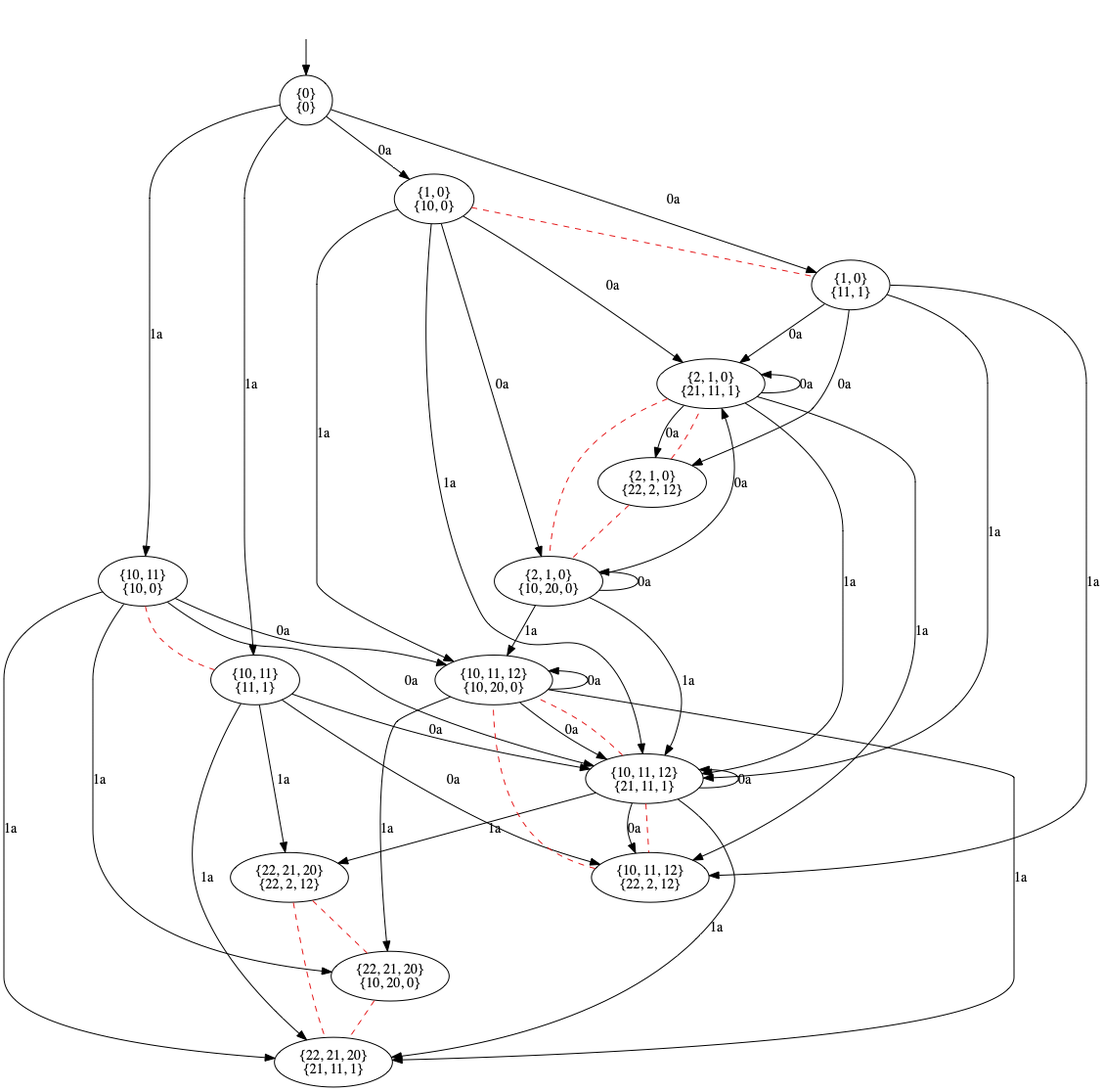
olandr/mkbsc keeps this Graphviz diagram as pictures/GK0.png. Above is the earlier version. Its source is kept beside it as pictures/GK0.dot.
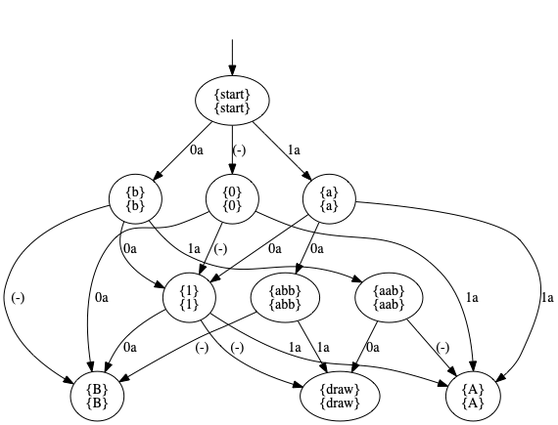
Above is the later version.

Diff of the diagram source:
```diff
@@ -3,67 +3,35 @@
 nodesep=0.5;
 ranksep=0.5;
 splines=True;
-4595096320 [label="{0}\n{0}"];
-4595096208 [label="{1, 0}\n{10, 0}"];
-4595093688 [label="{10, 11}\n{10, 0}"];
-4595097384 [label="{1, 0}\n{11, 1}"];
-4595280080 [label="{10, 11}\n{11, 1}"];
-4595278176 [label="{2, 1, 0}\n{10, 20, 0}"];
-4595278064 [label="{10, 11, 12}\n{10, 20, 0}"];
-4595281704 [label="{2, 1, 0}\n{21, 11, 1}"];
-4595280416 [label="{10, 11, 12}\n{21, 11, 1}"];
-4595237328 [label="{22, 21, 20}\n{10, 20, 0}"];
-4595237608 [label="{22, 21, 20}\n{21, 11, 1}"];
-4595238784 [label="{2, 1, 0}\n{22, 2, 12}"];
-4595238896 [label="{10, 11, 12}\n{22, 2, 12}"];
-4595239232 [label="{22, 21, 20}\n{22, 2, 12}"];
+4684286216 [label="{start}\n{start}"];
+4684285320 [label="{0}\n{0}"];
+4684285712 [label="{a}\n{a}"];
+4684284648 [label="{b}\n{b}"];
+4684286552 [label="{1}\n{1}"];
+4684287000 [label="{A}\n{A}"];
+4684287224 [label="{B}\n{B}"];
+4684285488 [label="{abb}\n{abb}"];
+4684287504 [label="{aab}\n{aab}"];
+4684287448 [label="{draw}\n{draw}"];
 hidden [label="", shape=none];
-4595096320 -> 4595096208  [action="('0a',)", key="('0a',)", label="0a"];
-4595096320 -> 4595093688  [action="('1a',)", key="('1a',)", label="1a"];
-4595096320 -> 4595097384  [action="('0a',)", key="('0a',)", label="0a"];
-4595096320 -> 4595280080  [action="('1a',)", key="('1a',)", label="1a"];
-4595096208 -> 4595278176  [action="('0a',)", key="('0a',)", label="0a"];
-4595096208 -> 4595278064  [action="('1a',)", key="('1a',)", label="1a"];
-4595096208 -> 4595281704  [action="('0a',)", key="('0a',)", label="0a"];
-4595096208 -> 4595280416  [action="('1a',)", key="('1a',)", label="1a"];
-4595096208 -> 4595097384  [arrowhead=none, color=1, colorscheme=set19, constraint=True, key=0, label="", style=dashed];
-4595093688 -> 4595278064  [action="('0a',)", key="('0a',)", label="0a"];
-4595093688 -> 4595237328  [action="('1a',)", key="('1a',)", label="1a"];
-4595093688 -> 4595280416  [action="('0a',)", key="('0a',)", label="0a"];
-4595093688 -> 4595237608  [action="('1a',)", key="('1a',)", label="1a"];
-4595093688 -> 4595280080  [arrowhead=none, color=1, colorscheme=set19, constraint=True, key=0, label="", style=dashed];
-4595097384 -> 4595281704  [action="('0a',)", key="('0a',)", label="0a"];
-4595097384 -> 4595280416  [action="('1a',)", key="('1a',)", label="1a"];
-4595097384 -> 4595238784  [action="('0a',)", key="('0a',)", label="0a"];
-4595097384 -> 4595238896  [action="('1a',)", key="('1a',)", label="1a"];
-4595280080 -> 4595280416  [action="('0a',)", key="('0a',)", label="0a"];
-4595280080 -> 4595237608  [action="('1a',)", key="('1a',)", label="1a"];
-4595280080 -> 4595238896  [action="('0a',)", key="('0a',)", label="0a"];
-4595280080 -> 4595239232  [action="('1a',)", key="('1a',)", label="1a"];
-4595278176 -> 4595278176  [action="('0a',)", dir=back, key="('0a',)", label="0a"];
-4595278176 -> 4595278064  [action="('1a',)", key="('1a',)", label="1a"];
-4595278176 -> 4595281704  [action="('0a',)", key="('0a',)", label="0a"];
-4595278176 -> 4595280416  [action="('1a',)", key="('1a',)", label="1a"];
-4595278064 -> 4595278064  [action="('0a',)", dir=back, key="('0a',)", label="0a"];
-4595278064 -> 4595237328  [action="('1a',)", key="('1a',)", label="1a"];
-4595278064 -> 4595280416  [action="('0a',)", key="('0a',)", label="0a"];
-4595278064 -> 4595237608  [action="('1a',)", key="('1a',)", label="1a"];
-4595281704 -> 4595281704  [action="('0a',)", dir=back, key="('0a',)", label="0a"];
-4595281704 -> 4595280416  [action="('1a',)", key="('1a',)", label="1a"];
-4595281704 -> 4595238784  [action="('0a',)", key="('0a',)", label="0a"];
-4595281704 -> 4595238896  [action="('1a',)", key="('1a',)", label="1a"];
-4595281704 -> 4595278176  [arrowhead=none, color=1, colorscheme=set19, constraint=True, key=0, label="", style=dashed];
-4595280416 -> 4595280416  [action="('0a',)", dir=back, key="('0a',)", label="0a"];
-4595280416 -> 4595237608  [action="('1a',)", key="('1a',)", label="1a"];
-4595280416 -> 4595238896  [action="('0a',)", key="('0a',)", label="0a"];
-4595280416 -> 4595238896  [arrowhead=none, color=1, colorscheme=set19, constraint=True, key=1, label="", style=dashed];
-4595280416 -> 4595239232  [action="('1a',)", key="('1a',)", label="1a"];
-4595280416 -> 4595278064  [arrowhead=none, color=1, colorscheme=set19, constraint=True, key=0, label="", style=dashed];
-4595237328 -> 4595237608  [arrowhead=none, color=1, colorscheme=set19, constraint=True, key=0, label="", style=dashed];
-4595238784 -> 4595281704  [arrowhead=none, color=1, colorscheme=set19, constraint=True, key=0, label="", style=dashed];
-4595238784 -> 4595278176  [arrowhead=none, color=1, colorscheme=set19, constraint=True, key=0, label="", style=dashed];
-4595238896 -> 4595278064  [arrowhead=none, color=1, colorscheme=set19, constraint=True, key=0, label="", style=dashed];
-4595239232 -> 4595237328  [arrowhead=none, color=1, colorscheme=set19, constraint=True, key=0, label="", style=dashed];
-4595239232 -> 4595237608  [arrowhead=none, color=1, colorscheme=set19, constraint=True, key=0, label="", style=dashed];
-hidden -> 4595096320  [key=0];
+4684286216 -> 4684285712  [action="('1a',)", key="('1a',)", label="1a"];
+4684286216 -> 4684284648  [action="('0a',)", key="('0a',)", label="0a"];
+4684286216 -> 4684285320  [action="(('0a',), ('1a',))", key="(('0a',), ('1a',))", label="(-)"];
+4684285320 -> 4684287000  [action="('1a',)", key="('1a',)", label="1a"];
+4684285320 -> 4684287224  [action="('0a',)", key="('0a',)", label="0a"];
+4684285320 -> 4684286552  [action="(('0a',), ('1a',))", key="(('0a',), ('1a',))", label="(-)"];
+4684285712 -> 4684286552  [action="('0a',)", key="('0a',)", label="0a"];
+4684285712 -> 4684287000  [action="('1a',)", key="('1a',)", label="1a"];
+4684285712 -> 4684285488  [action="('0a',)", key="('0a',)", label="0a"];
+4684284648 -> 4684286552  [action="('0a',)", key="('0a',)", label="0a"];
+4684284648 -> 4684287504  [action="('1a',)", key="('1a',)", label="1a"];
+4684284648 -> 4684287224  [action="(('0a',), ('1a',))", key="(('0a',), ('1a',))", label="(-)"];
+4684286552 -> 4684287000  [action="('1a',)", key="('1a',)", label="1a"];
+4684286552 -> 4684287224  [action="('0a',)", key="('0a',)", label="0a"];
+4684286552 -> 4684287448  [action="(('0a',), ('1a',))", key="(('0a',), ('1a',))", label="(-)"];
+4684285488 -> 4684287448  [action="('1a',)", key="('1a',)", label="1a"];
+4684285488 -> 4684287224  [action="(('0a',), ('1a',))", key="(('0a',), ('1a',))", label="(-)"];
+4684287504 -> 4684287448  [action="('0a',)", key="('0a',)", label="0a"];
+4684287504 -> 4684287000  [action="(('0a',), ('1a',))", key="(('0a',), ('1a',))", label="(-)"];
+hidden -> 4684286216  [key=0];
 }
```
